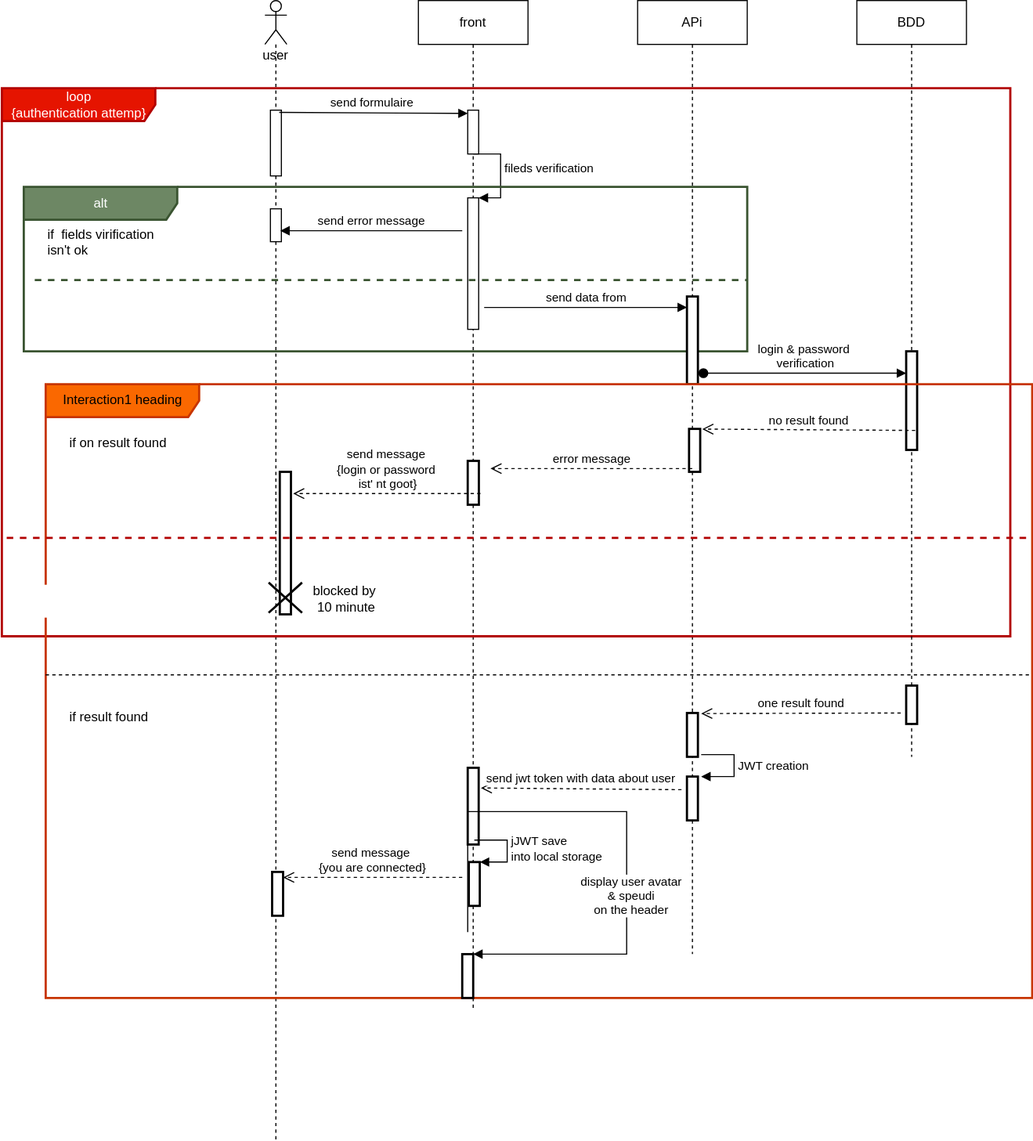
aerobi93/Modelisation-UML keeps this draw.io diagram as Documentation-diagrams/diagrams-img/connection_sequence.drawio.svg. Above is the earlier version. Source tidied: cells renumbered, new cells last; positions are measured from the earlier drawing's top-left corner, leaving out a move shared by most shapes.
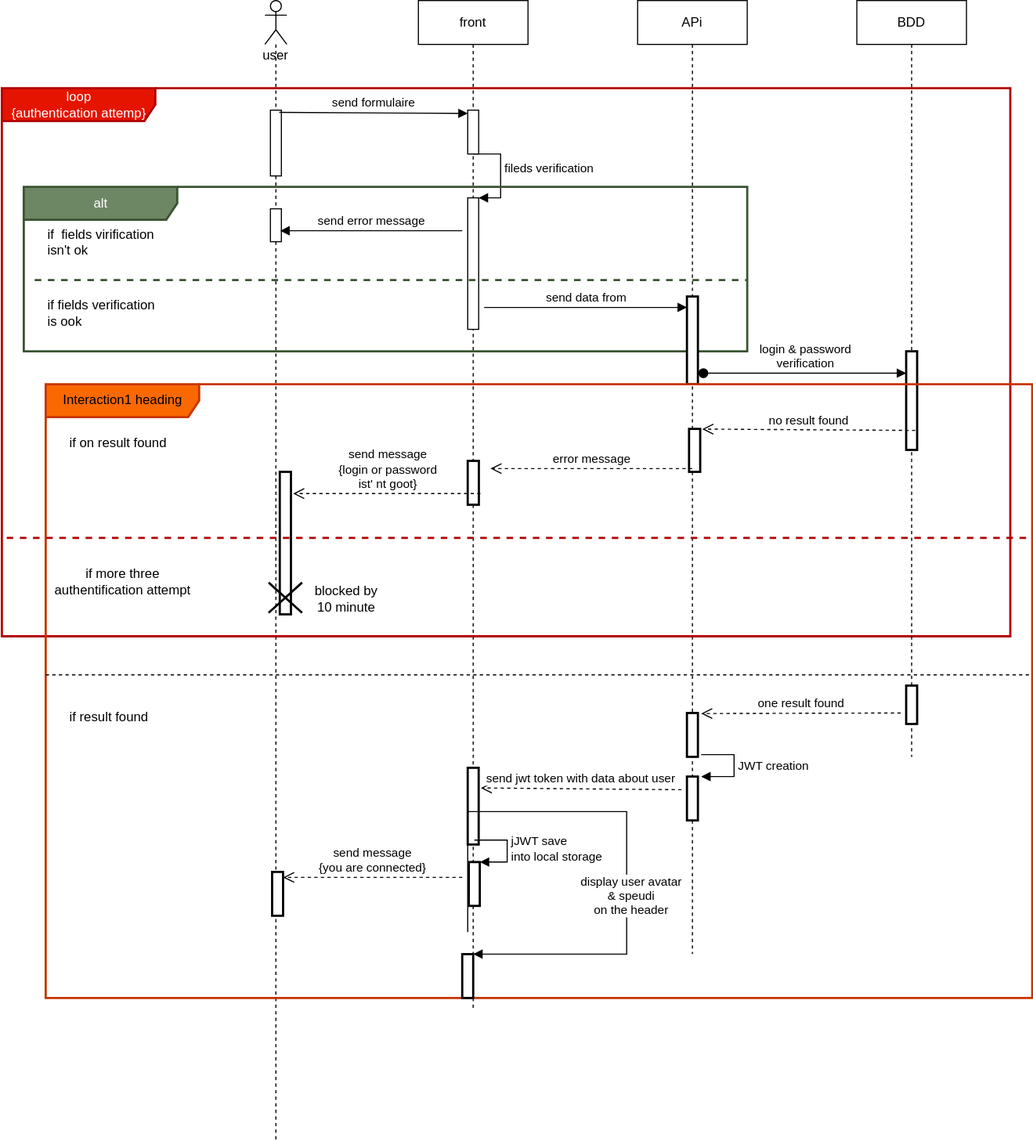
Later version of the same file.

Commit message:
update connection-sequence

The edit, as a diff of the source:
```diff
@@ -50,7 +50,7 @@
         <mxPoint x="20" y="40" as="offset" />
       </mxGeometry>
     </mxCell>
-    <mxCell id="14" value="if fields verification &#10;is ok" style="line;strokeWidth=2;dashed=1;labelPosition=center;verticalLabelPosition=bottom;align=left;verticalAlign=top;spacingLeft=20;spacingTop=15;fillColor=#6d8764;fontColor=#ffffff;strokeColor=#3A5431;" parent="1" vertex="1">
+    <mxCell id="14" style="line;strokeWidth=2;dashed=1;labelPosition=center;verticalLabelPosition=bottom;align=left;verticalAlign=top;spacingLeft=20;spacingTop=15;fillColor=#6d8764;fontColor=#ffffff;strokeColor=#3A5431;" parent="1" vertex="1">
       <mxGeometry x="30" y="250" width="650" height="10" as="geometry" />
     </mxCell>
     <mxCell id="15" style="html=1;points=[];perimeter=orthogonalPerimeter;" parent="1" vertex="1">
@@ -117,7 +117,7 @@
         <mxPoint x="225.8" y="99.8" as="targetPoint" />
       </mxGeometry>
     </mxCell>
-    <mxCell id="31" value="if more 3 &#10;authentification attempt" style="line;strokeWidth=2;dashed=1;labelPosition=center;verticalLabelPosition=bottom;align=left;verticalAlign=top;spacingLeft=20;spacingTop=15;fillColor=#e51400;fontColor=#ffffff;strokeColor=#B20000;fontStyle=1;" parent="21" vertex="1">
+    <mxCell id="31" style="line;strokeWidth=2;dashed=1;labelPosition=center;verticalLabelPosition=bottom;align=left;verticalAlign=top;spacingLeft=20;spacingTop=15;fillColor=#e51400;fontColor=#ffffff;strokeColor=#B20000;fontStyle=1;" parent="21" vertex="1">
       <mxGeometry x="-35.6" y="120" width="935.6" height="40.4" as="geometry" />
     </mxCell>
     <mxCell id="32" style="html=1;perimeter=orthogonalPerimeter;strokeWidth=2;" parent="21" vertex="1">
@@ -189,5 +189,11 @@
     <mxCell id="46" value="display user avatar&lt;br&gt;&amp;amp; speudi&lt;br&gt;on the header" style="edgeLabel;html=1;align=center;verticalAlign=middle;" parent="45" vertex="1">
       <mxGeometry x="0.26" y="3" relative="1" as="geometry" />
     </mxCell>
+    <mxCell id="47" value="if more three&lt;br&gt;authentification attempt" style="text;html=1;align=center;verticalAlign=middle;fillColor=none;strokeColor=none;rounded=0;" parent="21" vertex="1">
+      <mxGeometry y="165" width="140" height="30" as="geometry" />
+    </mxCell>
+    <mxCell id="48" value="if fields verification&lt;br&gt;is ook" style="text;html=1;align=left;verticalAlign=middle;fillColor=none;strokeColor=none;rounded=0;" parent="1" vertex="1">
+      <mxGeometry x="40" y="270" width="110" height="30" as="geometry" />
+    </mxCell>
   </root>
 </mxGraphModel>
```
